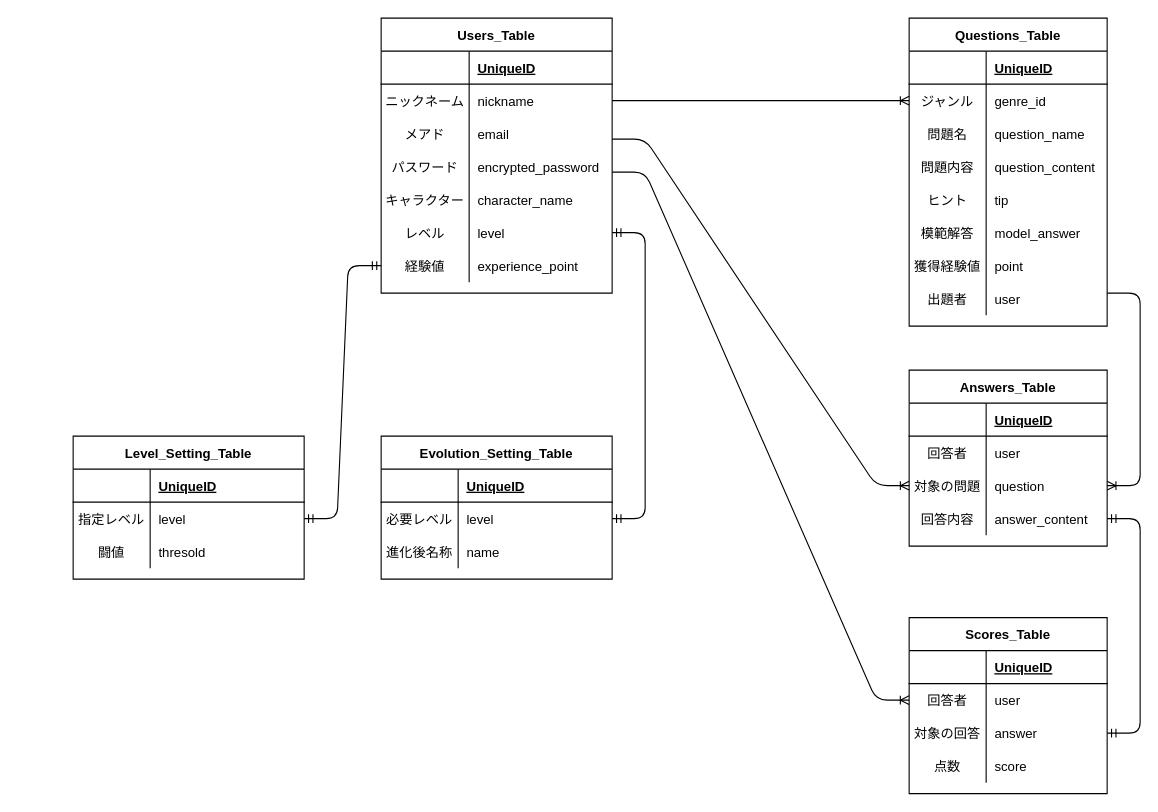
Before: spp_app.dio in naoyanman-hashimoto/spp_app, a draw.io diagram. Source tidied: cells renumbered, new cells numbered last; positions are measured from the earlier drawing's top-left corner, leaving out a move shared by most shapes. Both pictures are drawn from the tidied source at 110%, with x=0, y=0 at pixel (73, 18).
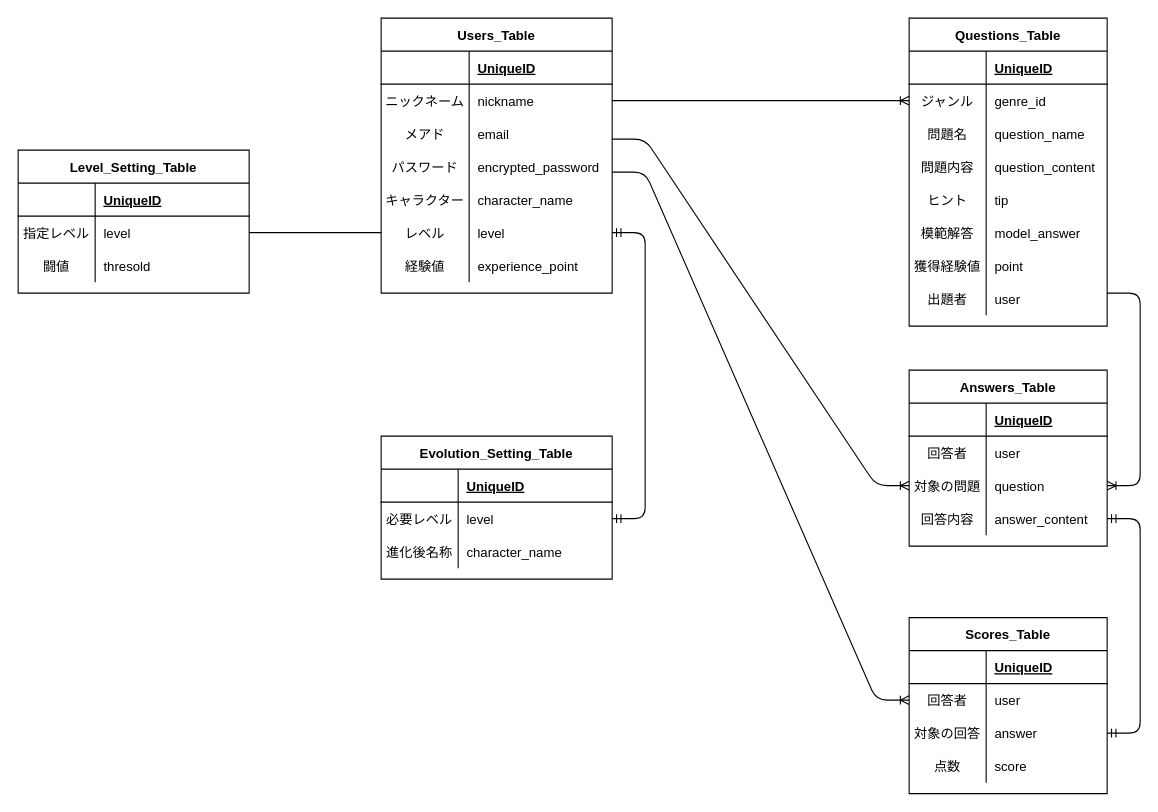
After the change.

Commit message (it also covers changes not shown here):
READMEとER図の修正

The change refers to these unchanged cells:
```xml
<mxCell id="18" style="shape=partialRectangle;fillColor=none;top=0;left=0;bottom=0;right=0;points=[[0,0.5],[1,0.5]];portConstraint=eastwest;" parent="2" vertex="1">
  <mxGeometry y="180" width="210" height="30" as="geometry" />
</mxCell>
<mxCell id="21" style="shape=partialRectangle;fillColor=none;top=0;left=0;bottom=0;right=0;points=[[0,0.5],[1,0.5]];portConstraint=eastwest;" parent="2" vertex="1">
  <mxGeometry y="210" width="210" height="30" as="geometry" />
</mxCell>
<mxCell id="66" style="shape=partialRectangle;fillColor=none;top=0;left=0;bottom=0;right=0;points=[[0,0.5],[1,0.5]];portConstraint=eastwest;" parent="62" vertex="1">
  <mxGeometry y="60" width="210" height="30" as="geometry" />
</mxCell>
<mxCell id="79" style="shape=partialRectangle;fillColor=none;top=0;left=0;bottom=0;right=0;" parent="72" vertex="1">
  <mxGeometry y="90" width="210" height="30" as="geometry" />
</mxCell>
```

The edit, as a diff of the source:
```diff
@@
     <mxCell id="62" value="Level_Setting_Table" style="shape=table;startSize=30;childLayout=tableLayout;rowLines=0;fontStyle=1;align=center;" parent="1" vertex="1">
-      <mxGeometry y="380" width="210" height="130" as="geometry" />
+      <mxGeometry x="-50" y="120" width="210" height="130" as="geometry" />
     </mxCell>
@@
-    <mxCell id="81" value="name" style="shape=partialRectangle;fillColor=none;top=0;left=0;bottom=0;right=0;align=left;spacingLeft=6;overflow=hidden;" parent="79" vertex="1">
+    <mxCell id="81" value="character_name" style="shape=partialRectangle;fillColor=none;top=0;left=0;bottom=0;right=0;align=left;spacingLeft=6;overflow=hidden;" parent="79" vertex="1">
       <mxGeometry x="70" width="140" height="30" as="geometry" />
     </mxCell>
@@
-    <mxCell id="96" style="edgeStyle=entityRelationEdgeStyle;fontSize=12;html=1;endArrow=ERmandOne;startArrow=ERmandOne;entryX=1;entryY=0.5;entryDx=0;entryDy=0;exitX=0;exitY=0.5;exitDx=0;exitDy=0;" parent="1" edge="1" source="21" target="66">
-      <mxGeometry relative="1" as="geometry" />
-    </mxCell>
@@
+    <mxCell id="102" style="endArrow=none;html=1;rounded=0;exitX=1;exitY=0.5;exitDx=0;exitDy=0;entryX=0;entryY=0.5;entryDx=0;entryDy=0;" parent="1" edge="1" source="66" target="18">
+      <mxGeometry relative="1" as="geometry" />
+    </mxCell>
```
